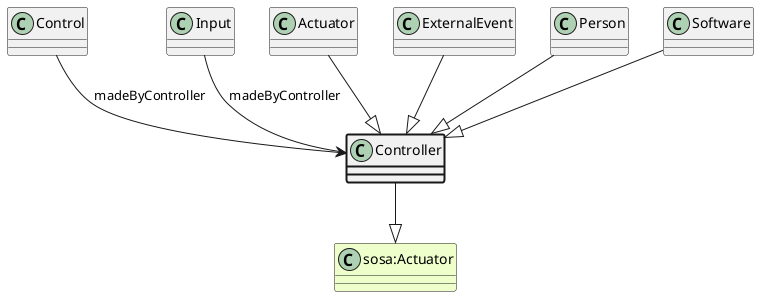
The PlantUML diagram ttl_uml/ttl_appn_Controller.png in aus-plant-phenomics-network/appn-schema, before a commit.
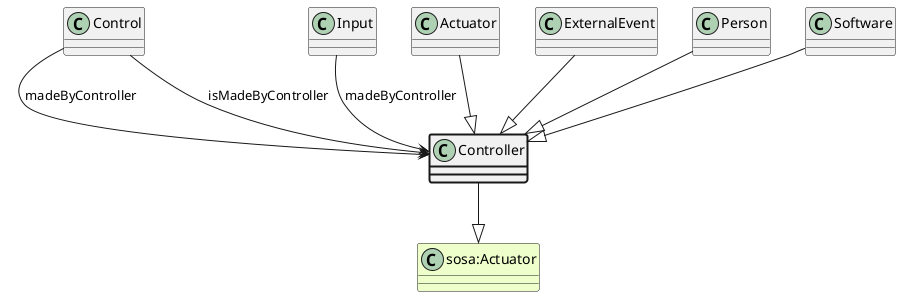
After the commit.

The edit, as a diff of the source:
```diff
@@ -6,6 +6,8 @@
 Control --> Controller : madeByController
 class Input
 Input --> Controller : madeByController
+class Control
+Control --> Controller : isMadeByController
 class Actuator
 Actuator --|> Controller
 class ExternalEvent
```
